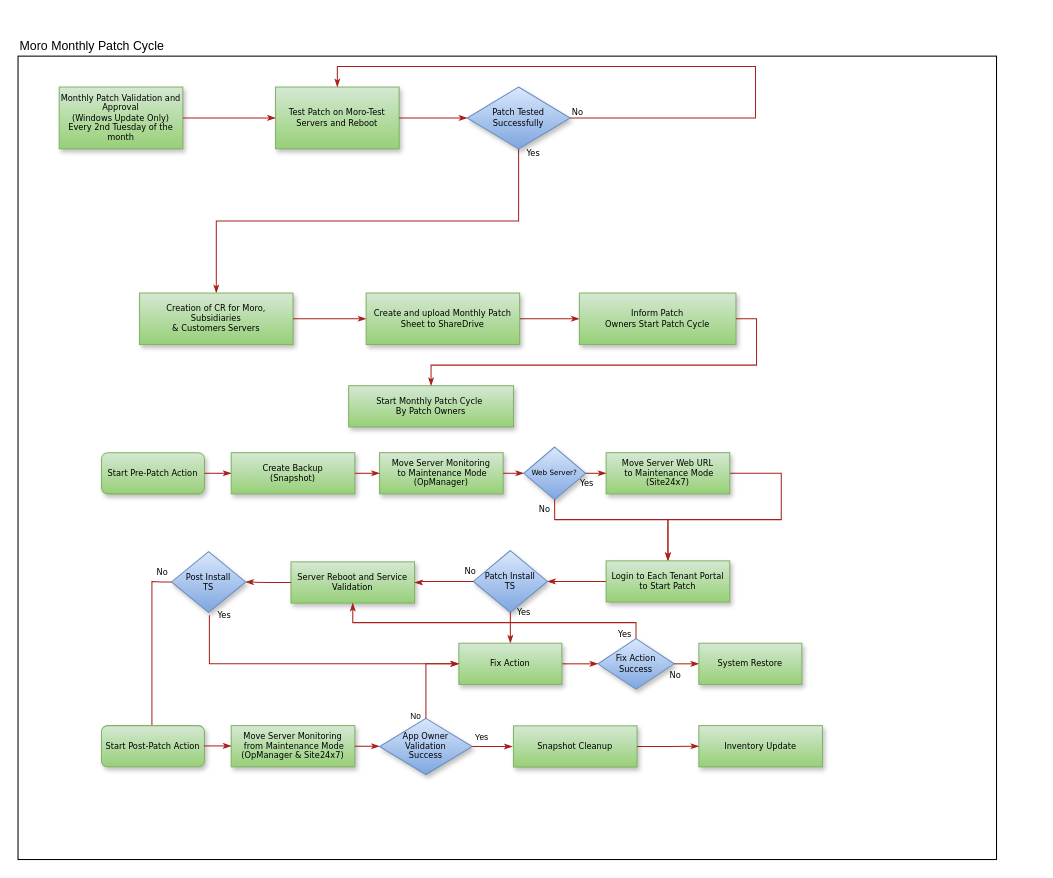
Earlier version of the draw.io diagram Moro.drawio (leoshafe06/CafeJaras). Source tidied: cells renumbered, new cells numbered last; positions are measured from the earlier drawing's top-left corner, leaving out a move shared by most shapes. Both pictures are drawn from the tidied source at 103%, with x=0, y=0 at pixel (18, 56). Pictures stored in the file or linked from it are replaced by grey dashed boxes.
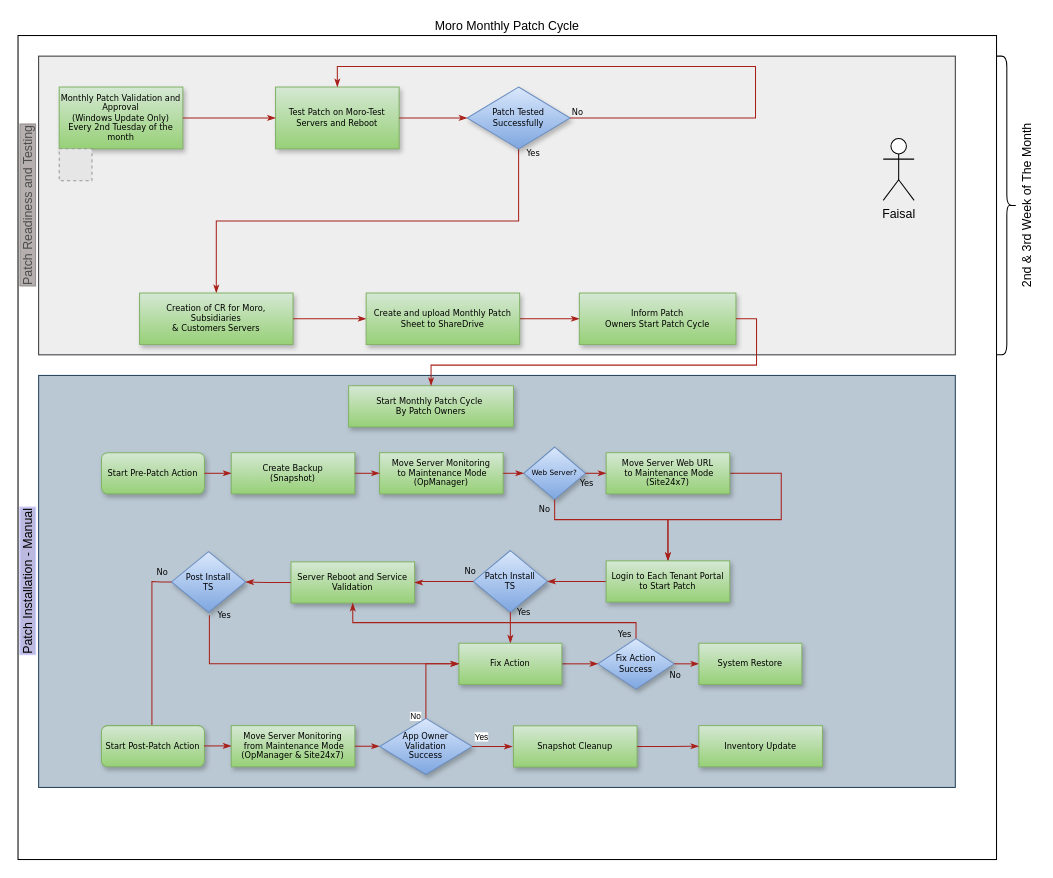
The same page after the edit.

The edit, as a diff of the source:
```diff
@@
-    <mxCell id="2" value="Moro Monthly Patch Cycle" style="rounded=0;whiteSpace=wrap;html=1;align=left;labelPosition=center;verticalLabelPosition=top;verticalAlign=bottom;" parent="1" vertex="1">
-      <mxGeometry width="950" height="780" as="geometry" />
+    <mxCell id="2" value="Moro Monthly Patch Cycle" style="rounded=0;whiteSpace=wrap;html=1;align=center;labelPosition=center;verticalLabelPosition=top;verticalAlign=bottom;" parent="1" vertex="1">
+      <mxGeometry y="-20" width="950" height="800" as="geometry" />
     </mxCell>
+    <mxCell id="56" value="Patch Installation - Manual" style="rounded=0;whiteSpace=wrap;html=1;align=center;labelPosition=left;verticalLabelPosition=middle;verticalAlign=bottom;horizontal=0;strokeColor=#23445d;fillColor=#bac8d3;labelBackgroundColor=#bbb9df;labelBorderColor=#CCCCFF;" parent="1" vertex="1">
+      <mxGeometry x="20" y="310" width="890" height="400" as="geometry" />
+    </mxCell>
+    <mxCell id="57" value="Patch Readiness and Testing" style="rounded=0;whiteSpace=wrap;html=1;align=center;labelPosition=left;verticalLabelPosition=middle;verticalAlign=bottom;horizontal=0;strokeColor=#36393d;fillColor=#eeeeee;fontColor=#4d4c4c;labelBackgroundColor=#b6afaf;labelBorderColor=#999494;" parent="1" vertex="1">
+      <mxGeometry x="20" width="890" height="290" as="geometry" />
+    </mxCell>
@@
+    <mxCell id="58" value="2nd &amp;amp; 3rd Week of The Month" style="shape=curlyBracket;whiteSpace=wrap;html=1;rounded=1;flipH=1;labelPosition=right;verticalLabelPosition=middle;align=center;verticalAlign=middle;horizontal=0;" parent="1" vertex="1">
+      <mxGeometry x="950" width="20" height="290" as="geometry" />
+    </mxCell>
+    <mxCell id="59" value="Faisal" style="shape=umlActor;verticalLabelPosition=bottom;verticalAlign=top;html=1;" parent="1" vertex="1">
+      <mxGeometry x="840" y="80" width="30" height="60" as="geometry" />
+    </mxCell>
+    <mxCell id="60" style="fillColor=#E6E6E6;strokeColor=#999999;dashed=1;verticalLabelPosition=bottom;labelBackgroundColor=none;verticalAlign=top;" parent="1" vertex="1">
+      <mxGeometry x="40" y="90" width="31.8" height="31" as="geometry" />
+    </mxCell>
```
